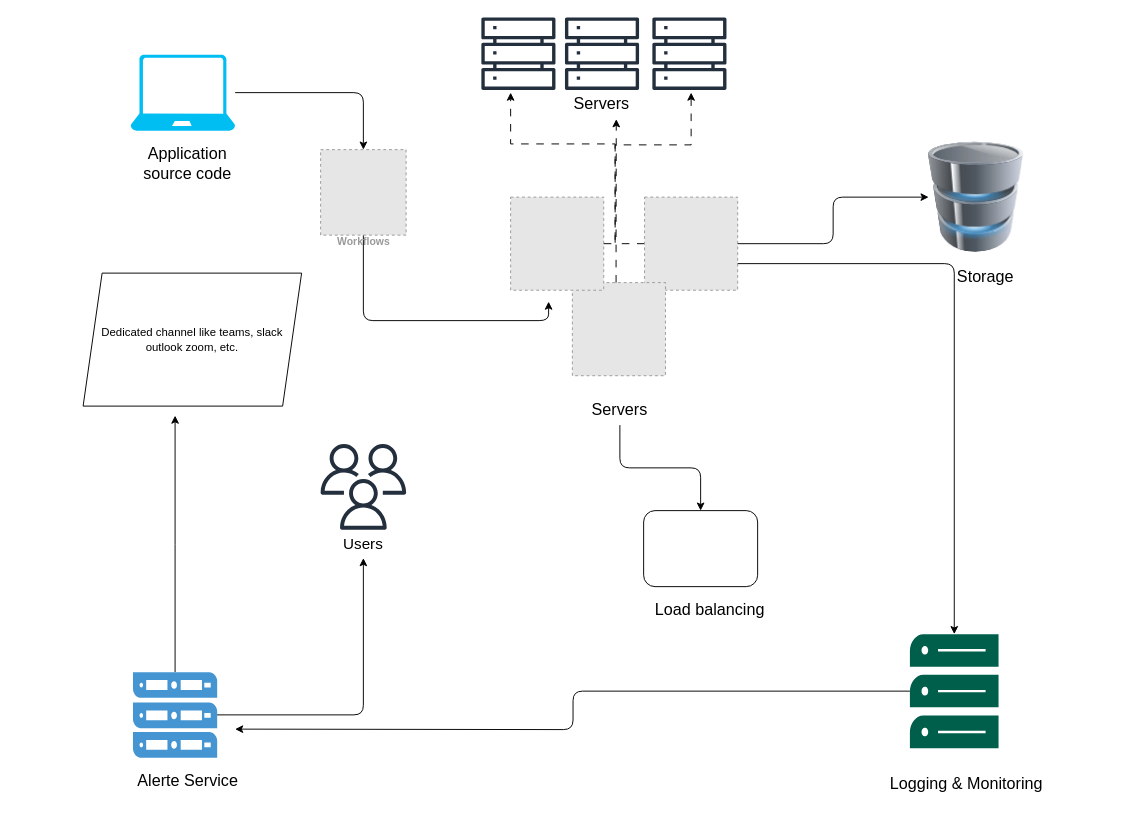
Before: docs/Diagramme sans nom.drawio in abdoulWaris/healthcare_systemen_design, a draw.io diagram. Source tidied: cells renumbered, new cells numbered last; positions are measured from the earlier drawing's top-left corner, leaving out a move shared by most shapes. Both pictures are drawn from the tidied source at 95%, with x=0, y=0 at pixel (83, 16). Pictures stored in the file or linked from it are replaced by grey dashed boxes.
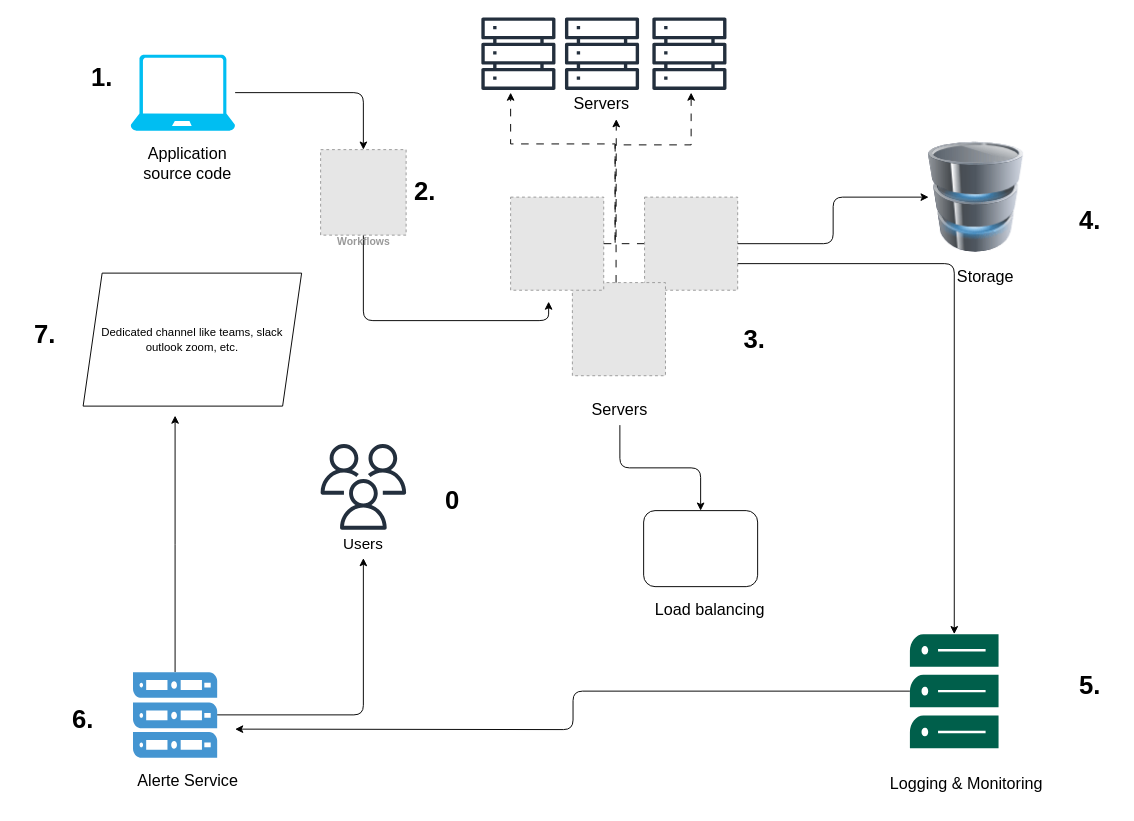
The same page after the edit.

Commit message:
Mettre à jour Diagramme sans nom.drawio

The edit, as a diff of the source:
```diff
@@
+    <mxCell id="43" value="&lt;font style=&quot;font-size: 27px;&quot;&gt;&lt;b&gt;1.&lt;/b&gt;&lt;/font&gt;" style="text;html=1;whiteSpace=wrap;strokeColor=none;fillColor=none;align=center;verticalAlign=middle;rounded=0;" parent="1" vertex="1">
+      <mxGeometry x="-10" y="50" width="60" height="30" as="geometry" />
+    </mxCell>
+    <mxCell id="44" value="&lt;font style=&quot;font-size: 27px;&quot;&gt;&lt;b&gt;2.&lt;/b&gt;&lt;/font&gt;" style="text;html=1;whiteSpace=wrap;strokeColor=none;fillColor=none;align=center;verticalAlign=middle;rounded=0;" parent="1" vertex="1">
+      <mxGeometry x="330" y="170" width="60" height="30" as="geometry" />
+    </mxCell>
+    <mxCell id="45" value="&lt;font style=&quot;font-size: 27px;&quot;&gt;&lt;b&gt;5.&lt;/b&gt;&lt;/font&gt;" style="text;html=1;whiteSpace=wrap;strokeColor=none;fillColor=none;align=center;verticalAlign=middle;rounded=0;" parent="1" vertex="1">
+      <mxGeometry x="1030" y="690" width="60" height="30" as="geometry" />
+    </mxCell>
+    <mxCell id="46" value="&lt;font style=&quot;font-size: 27px;&quot;&gt;&lt;b&gt;4.&lt;/b&gt;&lt;/font&gt;" style="text;html=1;whiteSpace=wrap;strokeColor=none;fillColor=none;align=center;verticalAlign=middle;rounded=0;" parent="1" vertex="1">
+      <mxGeometry x="1030" y="200" width="60" height="30" as="geometry" />
+    </mxCell>
+    <mxCell id="47" value="&lt;font style=&quot;font-size: 27px;&quot;&gt;&lt;b&gt;3.&lt;/b&gt;&lt;/font&gt;" style="text;html=1;whiteSpace=wrap;strokeColor=none;fillColor=none;align=center;verticalAlign=middle;rounded=0;" parent="1" vertex="1">
+      <mxGeometry x="677.2" y="325" width="60" height="30" as="geometry" />
+    </mxCell>
+    <mxCell id="48" value="&lt;font style=&quot;font-size: 27px;&quot;&gt;&lt;b&gt;7.&lt;/b&gt;&lt;/font&gt;" style="text;html=1;whiteSpace=wrap;strokeColor=none;fillColor=none;align=center;verticalAlign=middle;rounded=0;" parent="1" vertex="1">
+      <mxGeometry x="-70" y="320" width="60" height="30" as="geometry" />
+    </mxCell>
+    <mxCell id="49" value="&lt;font style=&quot;font-size: 27px;&quot;&gt;&lt;b&gt;6.&lt;/b&gt;&lt;/font&gt;" style="text;html=1;whiteSpace=wrap;strokeColor=none;fillColor=none;align=center;verticalAlign=middle;rounded=0;" parent="1" vertex="1">
+      <mxGeometry x="-30" y="725" width="60" height="30" as="geometry" />
+    </mxCell>
+    <mxCell id="50" value="&lt;font style=&quot;font-size: 27px;&quot;&gt;&lt;b&gt;0&lt;/b&gt;&lt;/font&gt;" style="text;html=1;whiteSpace=wrap;strokeColor=none;fillColor=none;align=center;verticalAlign=middle;rounded=0;" parent="1" vertex="1">
+      <mxGeometry x="359.2" y="495" width="60" height="30" as="geometry" />
+    </mxCell>
```
